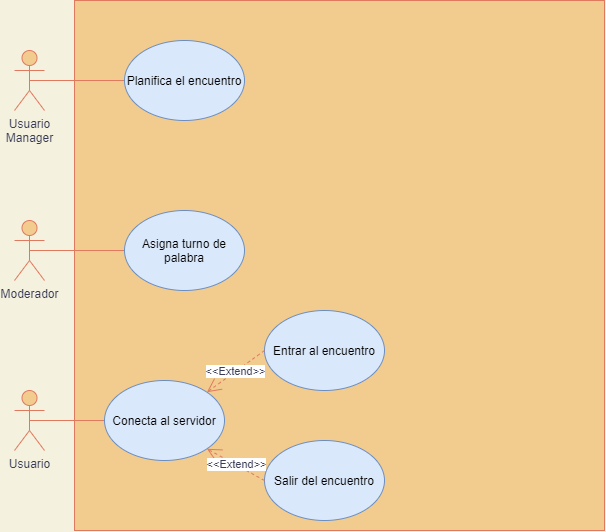
Above: EncuentrosVirtuales.png in CrisBlaMar/DiagramaUML (draw.io), before the change. Source tidied: cells renumbered, new cells last; positions are measured from the earlier drawing's top-left corner, leaving out a move shared by most shapes.
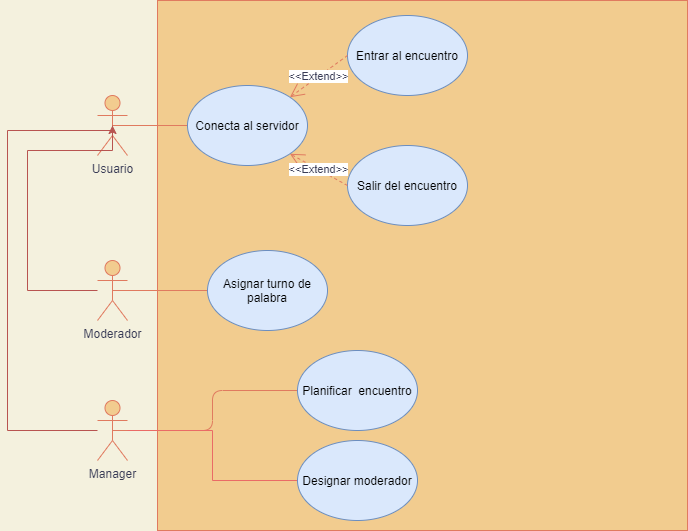
The same file after the commit.

Change to the diagram source:
```diff
@@ -9,28 +9,49 @@
       <mxGeometry relative="1" as="geometry" />
     </mxCell>
     <mxCell id="4" value="Usuario" style="shape=umlActor;verticalLabelPosition=bottom;verticalAlign=top;html=1;rounded=0;sketch=0;strokeColor=#E07A5F;fillColor=#F2CC8F;fontColor=#393C56;" parent="1" vertex="1">
-      <mxGeometry y="390" width="30" height="60" as="geometry" />
+      <mxGeometry y="95" width="30" height="60" as="geometry" />
     </mxCell>
     <mxCell id="5" style="edgeStyle=orthogonalEdgeStyle;curved=0;rounded=1;sketch=0;jettySize=auto;html=1;exitX=0.5;exitY=0.5;exitDx=0;exitDy=0;exitPerimeter=0;entryX=0;entryY=0.5;entryDx=0;entryDy=0;strokeColor=#E07A5F;fillColor=#F2CC8F;fontColor=#393C56;endArrow=none;endFill=0;" parent="1" edge="1" source="6" target="14">
       <mxGeometry relative="1" as="geometry" />
     </mxCell>
+    <mxCell id="16" style="edgeStyle=orthogonalEdgeStyle;rounded=0;jettySize=auto;html=1;entryX=0.5;entryY=0.5;entryDx=0;entryDy=0;entryPerimeter=0;fillColor=#f8cecc;strokeColor=#b85450;" parent="1" edge="1" source="6" target="4">
+      <mxGeometry relative="1" as="geometry">
+        <Array as="points">
+          <mxPoint x="-90" y="430" />
+          <mxPoint x="-90" y="130" />
+          <mxPoint x="15" y="130" />
+        </Array>
+      </mxGeometry>
+    </mxCell>
+    <mxCell id="17" style="edgeStyle=orthogonalEdgeStyle;rounded=0;jettySize=auto;html=1;entryX=0;entryY=0.5;entryDx=0;entryDy=0;fillColor=#f8cecc;strokeColor=#EA6B66;endArrow=none;endFill=0;" parent="1" edge="1" source="6" target="19">
+      <mxGeometry relative="1" as="geometry" />
+    </mxCell>
-    <mxCell id="6" value="Usuario&lt;br&gt;Manager" style="shape=umlActor;verticalLabelPosition=bottom;verticalAlign=top;html=1;rounded=0;sketch=0;strokeColor=#E07A5F;fillColor=#F2CC8F;fontColor=#393C56;" parent="1" vertex="1">
-      <mxGeometry y="50" width="30" height="60" as="geometry" />
+    <mxCell id="6" value="Manager" style="shape=umlActor;verticalLabelPosition=bottom;verticalAlign=top;html=1;rounded=0;sketch=0;strokeColor=#E07A5F;fillColor=#F2CC8F;fontColor=#393C56;" parent="1" vertex="1">
+      <mxGeometry y="400" width="30" height="60" as="geometry" />
     </mxCell>
     <mxCell id="7" style="edgeStyle=orthogonalEdgeStyle;curved=0;rounded=1;sketch=0;jettySize=auto;html=1;exitX=0.5;exitY=0.5;exitDx=0;exitDy=0;exitPerimeter=0;entryX=0;entryY=0.5;entryDx=0;entryDy=0;strokeColor=#E07A5F;fillColor=#F2CC8F;fontColor=#393C56;endArrow=none;endFill=0;" parent="1" edge="1" source="8" target="15">
       <mxGeometry relative="1" as="geometry" />
     </mxCell>
+    <mxCell id="18" style="edgeStyle=orthogonalEdgeStyle;rounded=0;jettySize=auto;html=1;entryX=0.5;entryY=0.5;entryDx=0;entryDy=0;entryPerimeter=0;fillColor=#f8cecc;strokeColor=#b85450;endArrow=none;endFill=0;" parent="1" edge="1" source="8" target="4">
+      <mxGeometry relative="1" as="geometry">
+        <Array as="points">
+          <mxPoint x="-70" y="290" />
+          <mxPoint x="-70" y="150" />
+          <mxPoint x="15" y="150" />
+        </Array>
+      </mxGeometry>
+    </mxCell>
     <mxCell id="8" value="Moderador" style="shape=umlActor;verticalLabelPosition=bottom;verticalAlign=top;html=1;rounded=0;sketch=0;strokeColor=#E07A5F;fillColor=#F2CC8F;fontColor=#393C56;" parent="1" vertex="1">
-      <mxGeometry y="220" width="30" height="60" as="geometry" />
+      <mxGeometry y="260" width="30" height="60" as="geometry" />
     </mxCell>
     <mxCell id="9" value="Conecta al servidor" style="ellipse;whiteSpace=wrap;html=1;rounded=0;sketch=0;strokeColor=#6c8ebf;fillColor=#dae8fc;" parent="1" vertex="1">
-      <mxGeometry x="90" y="380" width="120" height="80" as="geometry" />
+      <mxGeometry x="90" y="85" width="120" height="80" as="geometry" />
     </mxCell>
     <mxCell id="10" value="Entrar al encuentro" style="ellipse;whiteSpace=wrap;html=1;rounded=0;sketch=0;strokeColor=#6c8ebf;fillColor=#dae8fc;" parent="1" vertex="1">
-      <mxGeometry x="250" y="310" width="120" height="80" as="geometry" />
+      <mxGeometry x="250" y="15" width="120" height="80" as="geometry" />
     </mxCell>
     <mxCell id="11" value="Salir del encuentro" style="ellipse;whiteSpace=wrap;html=1;rounded=0;sketch=0;strokeColor=#6c8ebf;fillColor=#dae8fc;" parent="1" vertex="1">
-      <mxGeometry x="250" y="440" width="120" height="80" as="geometry" />
+      <mxGeometry x="250" y="145" width="120" height="80" as="geometry" />
     </mxCell>
     <mxCell id="12" value="&amp;lt;&amp;lt;Extend&amp;gt;&amp;gt;" style="endArrow=open;endSize=12;dashed=1;html=1;strokeColor=#E07A5F;fillColor=#F2CC8F;fontColor=#393C56;exitX=0;exitY=0.5;exitDx=0;exitDy=0;entryX=1;entryY=0;entryDx=0;entryDy=0;" parent="1" edge="1" source="10" target="9">
       <mxGeometry relative="1" as="geometry" />
@@ -38,11 +59,14 @@
     <mxCell id="13" value="&amp;lt;&amp;lt;Extend&amp;gt;&amp;gt;" style="endArrow=open;endSize=12;dashed=1;html=1;strokeColor=#E07A5F;fillColor=#F2CC8F;fontColor=#393C56;exitX=0;exitY=0.5;exitDx=0;exitDy=0;entryX=1;entryY=1;entryDx=0;entryDy=0;" parent="1" edge="1" source="11" target="9">
       <mxGeometry relative="1" as="geometry" />
     </mxCell>
-    <mxCell id="14" value="Planifica el encuentro" style="ellipse;whiteSpace=wrap;html=1;rounded=0;sketch=0;strokeColor=#6c8ebf;fillColor=#dae8fc;" parent="1" vertex="1">
-      <mxGeometry x="110" y="40" width="120" height="80" as="geometry" />
+    <mxCell id="14" value="Planificar&amp;nbsp; encuentro" style="ellipse;whiteSpace=wrap;html=1;rounded=0;sketch=0;strokeColor=#6c8ebf;fillColor=#dae8fc;" parent="1" vertex="1">
+      <mxGeometry x="200" y="350" width="120" height="80" as="geometry" />
     </mxCell>
-    <mxCell id="15" value="Asigna turno de palabra" style="ellipse;whiteSpace=wrap;html=1;rounded=0;sketch=0;strokeColor=#6c8ebf;fillColor=#dae8fc;" parent="1" vertex="1">
-      <mxGeometry x="110" y="210" width="120" height="80" as="geometry" />
+    <mxCell id="15" value="Asignar turno de palabra" style="ellipse;whiteSpace=wrap;html=1;rounded=0;sketch=0;strokeColor=#6c8ebf;fillColor=#dae8fc;" parent="1" vertex="1">
+      <mxGeometry x="110" y="250" width="120" height="80" as="geometry" />
     </mxCell>
+    <mxCell id="19" value="Designar moderador" style="ellipse;whiteSpace=wrap;html=1;rounded=0;sketch=0;strokeColor=#6c8ebf;fillColor=#dae8fc;" parent="1" vertex="1">
+      <mxGeometry x="200" y="440" width="120" height="80" as="geometry" />
+    </mxCell>
   </root>
 </mxGraphModel>
```
